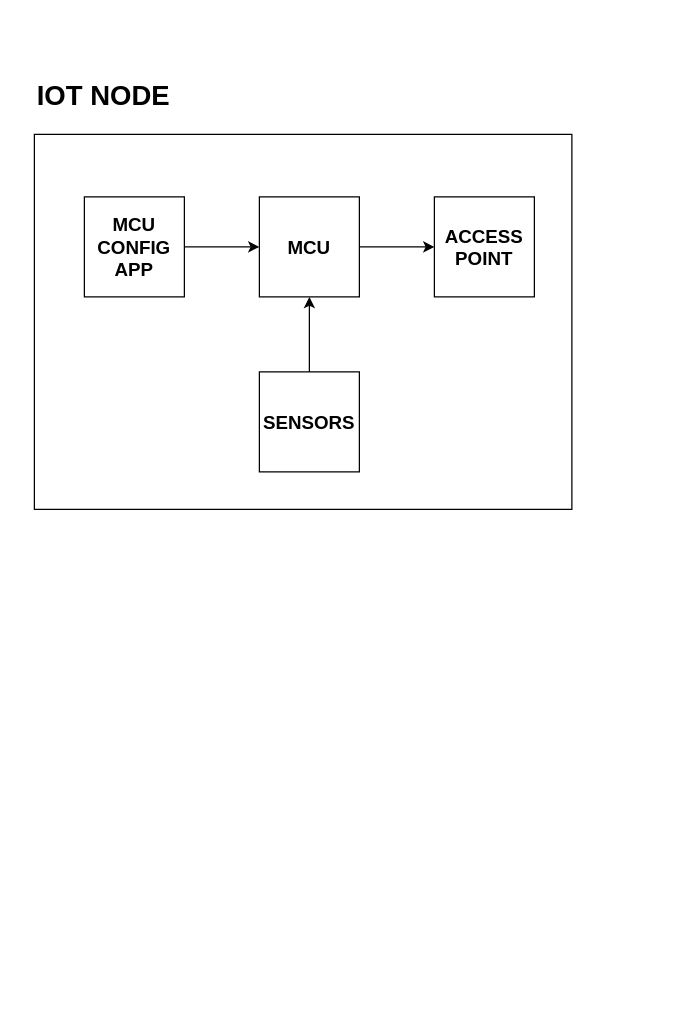
Earlier version of the draw.io diagram Documentation/Diagrams/IoT Node Diagram.drawio (MiguelRocha2001/PS-Monitor-IoT-System). Source tidied: cells renumbered, new cells numbered last; positions are measured from the earlier drawing's top-left corner, leaving out a move shared by most shapes. Both pictures are drawn from the tidied source at 125%, with x=0, y=0 at pixel (21, 71).
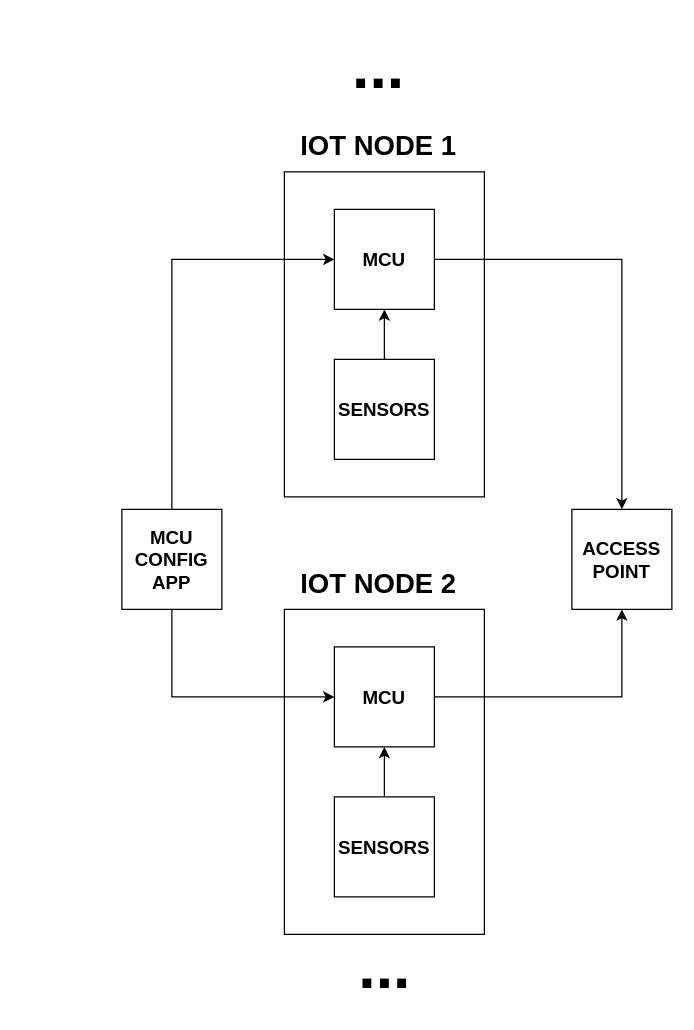
The same diagram, later.

The edit, as a diff of the source:
```diff
@@
     <mxCell id="2" style="rounded=0;whiteSpace=wrap;html=1;fontStyle=1;" parent="1" vertex="1">
-      <mxGeometry x="10" y="50" width="430" height="300" as="geometry" />
+      <mxGeometry x="210" y="80" width="160" height="260" as="geometry" />
     </mxCell>
@@
     <mxCell id="4" style="edgeStyle=orthogonalEdgeStyle;rounded=0;jettySize=auto;html=1;fontStyle=1;" parent="1" edge="1" source="5" target="8">
-      <mxGeometry relative="1" as="geometry" />
+      <mxGeometry relative="1" as="geometry">
+        <Array as="points">
+          <mxPoint x="120" y="150" />
+        </Array>
+      </mxGeometry>
     </mxCell>
     <mxCell id="5" value="MCU&lt;br&gt;CONFIG&lt;br&gt;APP" style="whiteSpace=wrap;html=1;fontStyle=1;fontSize=15;" parent="1" vertex="1">
-      <mxGeometry x="50" y="100" width="80" height="80" as="geometry" />
+      <mxGeometry x="80" y="350" width="80" height="80" as="geometry" />
     </mxCell>
     <mxCell id="6" value="ACCESS POINT" style="whiteSpace=wrap;html=1;fontStyle=1;fontSize=15;" parent="1" vertex="1">
-      <mxGeometry x="330" y="100" width="80" height="80" as="geometry" />
+      <mxGeometry x="440" y="350" width="80" height="80" as="geometry" />
     </mxCell>
-    <mxCell id="7" value="IOT NODE" style="text;html=1;align=center;verticalAlign=middle;strokeColor=none;fillColor=none;fontStyle=1;fontSize=22;" parent="1" vertex="1">
-      <mxGeometry width="130" height="40" as="geometry" />
+    <mxCell id="7" value="IOT NODE 1" style="text;html=1;align=center;verticalAlign=middle;strokeColor=none;fillColor=none;fontStyle=1;fontSize=22;" parent="1" vertex="1">
+      <mxGeometry x="210" y="40" width="150" height="40" as="geometry" />
     </mxCell>
     <mxCell id="8" value="MCU" style="whiteSpace=wrap;html=1;fontSize=15;fontStyle=1;" parent="1" vertex="1">
-      <mxGeometry x="190" y="100" width="80" height="80" as="geometry" />
+      <mxGeometry x="250" y="110" width="80" height="80" as="geometry" />
     </mxCell>
     <mxCell id="9" value="SENSORS" style="whiteSpace=wrap;html=1;fontSize=15;fontStyle=1;" parent="1" vertex="1">
-      <mxGeometry x="190" y="240" width="80" height="80" as="geometry" />
+      <mxGeometry x="250" y="230" width="80" height="80" as="geometry" />
     </mxCell>
+    <mxCell id="11" style="rounded=0;whiteSpace=wrap;html=1;fontStyle=1;" parent="1" vertex="1">
+      <mxGeometry x="210" y="430" width="160" height="260" as="geometry" />
+    </mxCell>
@@
+    <mxCell id="12" value="IOT NODE 2" style="text;html=1;align=center;verticalAlign=middle;strokeColor=none;fillColor=none;fontStyle=1;fontSize=22;" parent="1" vertex="1">
+      <mxGeometry x="210" y="390" width="150" height="40" as="geometry" />
+    </mxCell>
+    <mxCell id="13" style="edgeStyle=orthogonalEdgeStyle;rounded=0;jettySize=auto;html=1;" parent="1" edge="1" source="14" target="6">
+      <mxGeometry relative="1" as="geometry" />
+    </mxCell>
+    <mxCell id="14" value="MCU" style="whiteSpace=wrap;html=1;fontSize=15;fontStyle=1;" parent="1" vertex="1">
+      <mxGeometry x="250" y="460" width="80" height="80" as="geometry" />
+    </mxCell>
+    <mxCell id="15" value="SENSORS" style="whiteSpace=wrap;html=1;fontSize=15;fontStyle=1;" parent="1" vertex="1">
+      <mxGeometry x="250" y="580" width="80" height="80" as="geometry" />
+    </mxCell>
+    <mxCell id="16" style="edgeStyle=orthogonalEdgeStyle;rounded=0;jettySize=auto;html=1;fontStyle=1;" parent="1" edge="1" source="15" target="14">
+      <mxGeometry relative="1" as="geometry" />
+    </mxCell>
+    <mxCell id="17" style="edgeStyle=orthogonalEdgeStyle;rounded=0;jettySize=auto;html=1;" parent="1" edge="1" source="5" target="14">
+      <mxGeometry relative="1" as="geometry">
+        <Array as="points">
+          <mxPoint x="120" y="500" />
+        </Array>
+      </mxGeometry>
+    </mxCell>
+    <mxCell id="18" value="..." style="text;html=1;align=center;verticalAlign=middle;strokeColor=none;fillColor=none;fontSize=50;fontStyle=1;" parent="1" vertex="1">
+      <mxGeometry x="255" y="680" width="70" height="70" as="geometry" />
+    </mxCell>
+    <mxCell id="19" value="..." style="text;html=1;align=center;verticalAlign=middle;strokeColor=none;fillColor=none;fontSize=50;fontStyle=1;" parent="1" vertex="1">
+      <mxGeometry x="250" y="-40" width="70" height="70" as="geometry" />
+    </mxCell>
```
